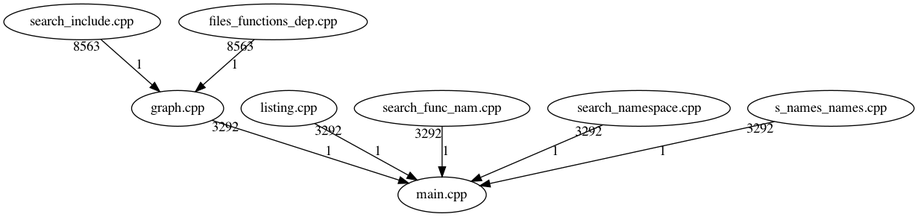
Above: folder/pliki.dot.png in ZychDev/Zak_Io_Project (Graphviz), before the change. Its source is kept beside it as folder/pliki.dot.
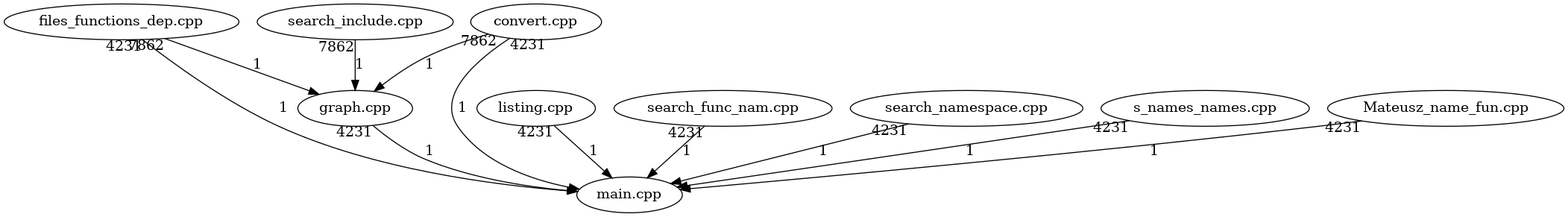
Above is the later version.

Diff of the diagram source:
```diff
@@ -1,10 +1,14 @@
 digraph files_graph
 {
-"search_include.cpp"->"graph.cpp"[taillabel = 8563][label = 1]
-"files_functions_dep.cpp"->"graph.cpp"[taillabel = 8563][label = 1]
-"graph.cpp"->"main.cpp"[taillabel = 3292][label = 1]
-"listing.cpp"->"main.cpp"[taillabel = 3292][label = 1]
-"search_func_nam.cpp"->"main.cpp"[taillabel = 3292][label = 1]
-"search_namespace.cpp"->"main.cpp"[taillabel = 3292][label = 1]
-"s_names_names.cpp"->"main.cpp"[taillabel = 3292][label = 1]
+"search_include.cpp"->"graph.cpp"[taillabel = 7862][label = 1]
+"files_functions_dep.cpp"->"graph.cpp"[taillabel = 7862][label = 1]
+"convert.cpp"->"graph.cpp"[taillabel = 7862][label = 1]
+"graph.cpp"->"main.cpp"[taillabel = 4231][label = 1]
+"listing.cpp"->"main.cpp"[taillabel = 4231][label = 1]
+"search_func_nam.cpp"->"main.cpp"[taillabel = 4231][label = 1]
+"search_namespace.cpp"->"main.cpp"[taillabel = 4231][label = 1]
+"s_names_names.cpp"->"main.cpp"[taillabel = 4231][label = 1]
+"Mateusz_name_fun.cpp"->"main.cpp"[taillabel = 4231][label = 1]
+"convert.cpp"->"main.cpp"[taillabel = 4231][label = 1]
+"files_functions_dep.cpp"->"main.cpp"[taillabel = 4231][label = 1]
 }
```
